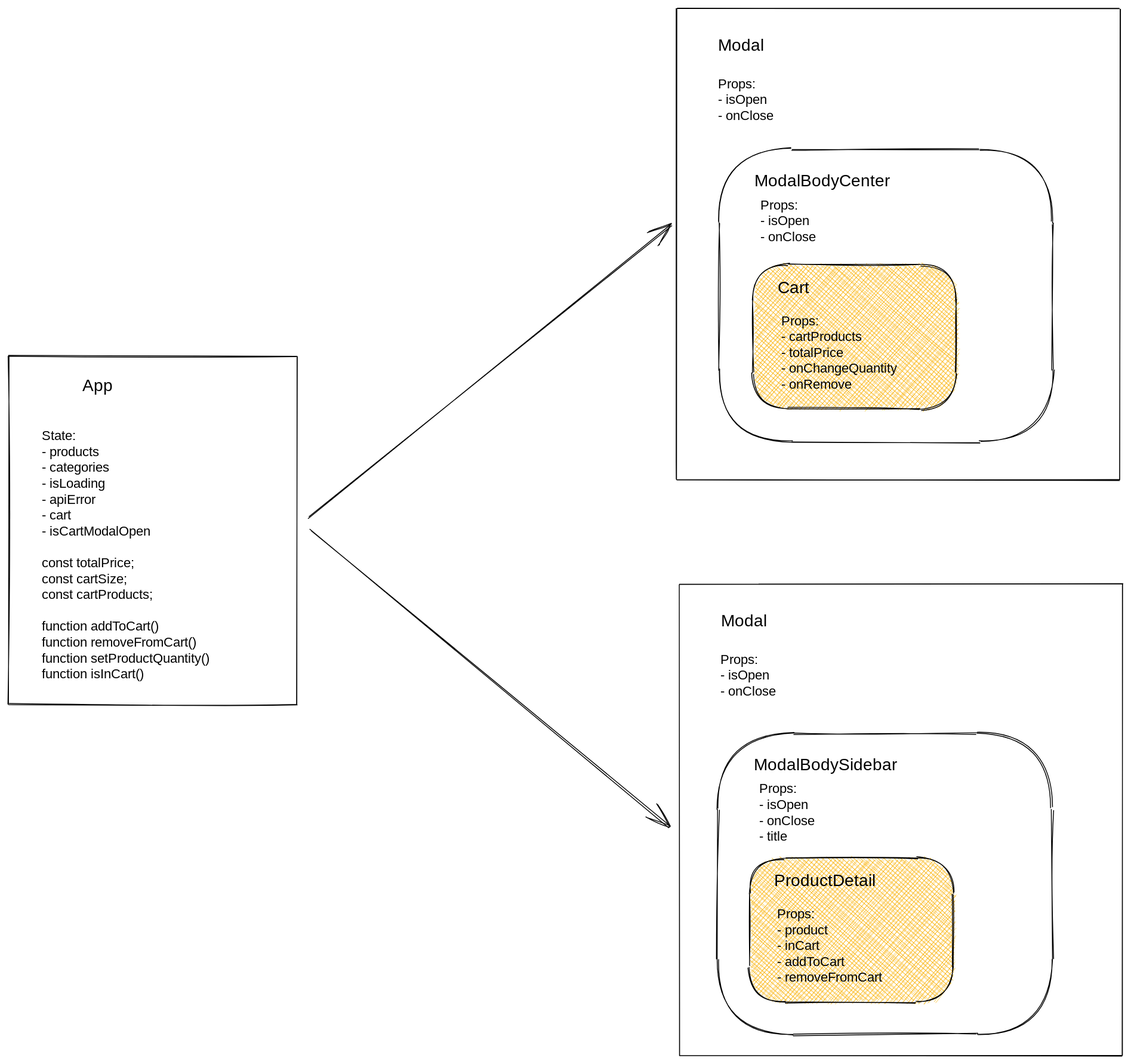
edgemony-coding-bootcamp/edgemony-shop keeps this Excalidraw diagram as exercises/images/15-specialized-body.svg. Above is the earlier version. Source tidied: one line per element, renumbered; positions are measured from the earlier drawing's top-left corner, leaving out a move shared by most shapes. The source it was exported from:
```json
{"id": 0, "type": "rectangle", "strokeColor": "#000000", "strokeWidth": 1, "roughness": 1, "x": 0, "y": 416, "width": 345, "height": 417}
{"id": 1, "type": "text", "text": "App", "strokeColor": "#000000", "strokeWidth": 1, "roughness": 1, "fontSize": 20, "fontFamily": 3, "x": 89, "y": 439, "width": 35, "height": 24}
{"id": 2, "type": "text", "text": "State: \n- products\n- categories\n- isLoading\n- apiError\n- cart\n- isCartModalOpen\n\nconst totalPrice;\nconst cartSize;\nconst cartProducts;\n\nfunction addToCart()\nfunction removeFromCart()\nfunction setProductQuantity()\nfunction isInCart()", "strokeColor": "#000000", "strokeWidth": 1, "roughness": 1, "fontSize": 16, "fontFamily": 3, "x": 40, "y": 502, "width": 272, "height": 304}
{"id": 3, "type": "rectangle", "strokeColor": "#000000", "strokeWidth": 1, "roughness": 1, "x": 800, "y": 0, "width": 531, "height": 564}
{"id": 4, "type": "text", "text": "Modal", "strokeColor": "#000000", "strokeWidth": 1, "roughness": 1, "fontSize": 20, "fontFamily": 3, "x": 850, "y": 31, "width": 59, "height": 24}
{"id": 5, "type": "text", "text": "Props:\n- isOpen\n- onClose", "strokeColor": "#000000", "backgroundColor": "#15aabf", "fillStyle": "hachure", "strokeWidth": 1, "strokeStyle": "dotted", "roughness": 1, "fontSize": 16, "fontFamily": 3, "x": 849, "y": 80, "width": 84, "height": 57}
{"id": 6, "type": "rectangle", "strokeColor": "#000000", "strokeWidth": 1, "roughness": 1, "x": 850, "y": 169, "width": 400, "height": 351}
{"id": 7, "type": "text", "text": "ModalBodyCenter", "strokeColor": "#000000", "strokeWidth": 1, "roughness": 1, "fontSize": 20, "fontFamily": 3, "x": 893, "y": 194, "width": 176, "height": 24}
{"id": 8, "type": "text", "text": "Props:\n- isOpen\n- onClose", "strokeColor": "#000000", "backgroundColor": "#15aabf", "fillStyle": "hachure", "strokeWidth": 1, "strokeStyle": "dotted", "roughness": 1, "fontSize": 16, "fontFamily": 3, "x": 900, "y": 225, "width": 84, "height": 57}
{"id": 9, "type": "rectangle", "strokeColor": "#000000", "backgroundColor": "#fab005", "fillStyle": "cross-hatch", "strokeWidth": 1, "roughness": 1, "x": 891, "y": 306, "width": 243, "height": 172}
{"id": 10, "type": "text", "text": "Cart", "strokeColor": "#000000", "backgroundColor": "#fab005", "fillStyle": "hachure", "strokeWidth": 1, "roughness": 1, "fontSize": 20, "fontFamily": 3, "x": 921, "y": 321, "width": 47, "height": 24}
{"id": 11, "type": "text", "text": "Props:\n- cartProducts\n- totalPrice\n- onChangeQuantity\n- onRemove", "strokeColor": "#000000", "backgroundColor": "#fab005", "fillStyle": "hachure", "strokeWidth": 1, "roughness": 1, "fontSize": 16, "fontFamily": 3, "x": 925, "y": 364, "width": 169, "height": 95}
{"id": 12, "type": "rectangle", "strokeColor": "#000000", "strokeWidth": 1, "roughness": 1, "x": 803, "y": 689, "width": 531, "height": 564}
{"id": 13, "type": "text", "text": "Modal", "strokeColor": "#000000", "strokeWidth": 1, "roughness": 1, "fontSize": 20, "fontFamily": 3, "x": 853, "y": 720, "width": 59, "height": 24}
{"id": 14, "type": "text", "text": "Props:\n- isOpen\n- onClose", "strokeColor": "#000000", "backgroundColor": "#15aabf", "fillStyle": "hachure", "strokeWidth": 1, "strokeStyle": "dotted", "roughness": 1, "fontSize": 16, "fontFamily": 3, "x": 853, "y": 769, "width": 84, "height": 57}
{"id": 15, "type": "rectangle", "strokeColor": "#000000", "backgroundColor": "#fab005", "fillStyle": "cross-hatch", "strokeWidth": 1, "roughness": 1, "x": 887, "y": 1017, "width": 243, "height": 172}
{"id": 16, "type": "text", "text": "ProductDetail", "strokeColor": "#000000", "backgroundColor": "#fab005", "fillStyle": "hachure", "strokeWidth": 1, "roughness": 1, "fontSize": 20, "fontFamily": 3, "x": 917, "y": 1031, "width": 152, "height": 24}
{"id": 17, "type": "text", "text": "Props:\n- product\n- inCart\n- addToCart\n- removeFromCart", "strokeColor": "#000000", "backgroundColor": "#fab005", "fillStyle": "hachure", "strokeWidth": 1, "roughness": 1, "fontSize": 16, "fontFamily": 3, "x": 920, "y": 1074, "width": 150, "height": 95}
{"id": 18, "type": "rectangle", "strokeColor": "#000000", "strokeWidth": 1, "roughness": 1, "x": 849, "y": 867, "width": 400, "height": 360}
{"id": 19, "type": "text", "text": "ModalBodySidebar", "strokeColor": "#000000", "strokeWidth": 1, "roughness": 1, "fontSize": 20, "fontFamily": 3, "x": 892, "y": 892, "width": 188, "height": 24}
{"id": 20, "type": "text", "text": "Props:\n- isOpen\n- onClose\n- title", "strokeColor": "#000000", "backgroundColor": "#15aabf", "fillStyle": "hachure", "strokeWidth": 1, "strokeStyle": "dotted", "roughness": 1, "fontSize": 16, "fontFamily": 3, "x": 899, "y": 924, "width": 84, "height": 76}
{"id": 21, "type": "arrow", "strokeColor": "#000000", "strokeWidth": 1, "roughness": 1, "endArrowhead": "arrow", "from": 0, "to": 3, "x": 359, "y": 609, "width": 435, "height": 350, "points": [[0, 0], [435, -350]]}
{"id": 22, "type": "arrow", "strokeColor": "#000000", "strokeWidth": 1, "roughness": 1, "endArrowhead": "arrow", "from": 0, "to": 12, "x": 361, "y": 624, "width": 431, "height": 356, "points": [[0, 0], [431, 356]]}
```
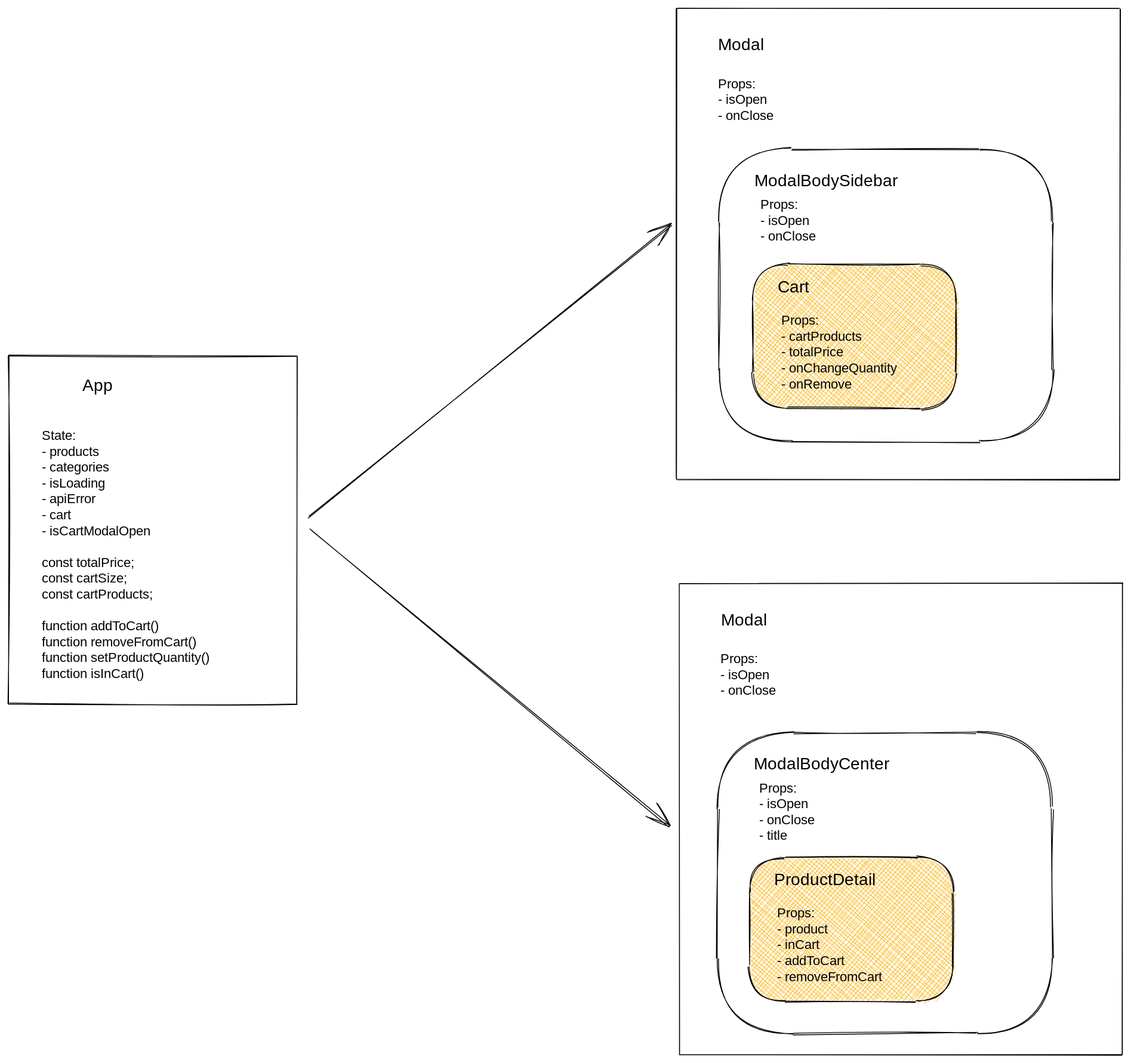
Later version of the same file.

What changed in the source:
```diff
@@ -5,19 +5,19 @@
 {"id": 4, "type": "text", "text": "Modal", "strokeColor": "#000000", "strokeWidth": 1, "roughness": 1, "fontSize": 20, "fontFamily": 3, "x": 850, "y": 31, "width": 59, "height": 24}
 {"id": 5, "type": "text", "text": "Props:\n- isOpen\n- onClose", "strokeColor": "#000000", "backgroundColor": "#15aabf", "fillStyle": "hachure", "strokeWidth": 1, "strokeStyle": "dotted", "roughness": 1, "fontSize": 16, "fontFamily": 3, "x": 849, "y": 80, "width": 84, "height": 57}
 {"id": 6, "type": "rectangle", "strokeColor": "#000000", "strokeWidth": 1, "roughness": 1, "x": 850, "y": 169, "width": 400, "height": 351}
-{"id": 7, "type": "text", "text": "ModalBodyCenter", "strokeColor": "#000000", "strokeWidth": 1, "roughness": 1, "fontSize": 20, "fontFamily": 3, "x": 893, "y": 194, "width": 176, "height": 24}
+{"id": 7, "type": "text", "text": "ModalBodySidebar", "strokeColor": "#000000", "strokeWidth": 1, "roughness": 1, "fontSize": 20, "fontFamily": 3, "x": 893, "y": 194, "width": 188, "height": 24}
 {"id": 8, "type": "text", "text": "Props:\n- isOpen\n- onClose", "strokeColor": "#000000", "backgroundColor": "#15aabf", "fillStyle": "hachure", "strokeWidth": 1, "strokeStyle": "dotted", "roughness": 1, "fontSize": 16, "fontFamily": 3, "x": 900, "y": 225, "width": 84, "height": 57}
 {"id": 9, "type": "rectangle", "strokeColor": "#000000", "backgroundColor": "#fab005", "fillStyle": "cross-hatch", "strokeWidth": 1, "roughness": 1, "x": 891, "y": 306, "width": 243, "height": 172}
 {"id": 10, "type": "text", "text": "Cart", "strokeColor": "#000000", "backgroundColor": "#fab005", "fillStyle": "hachure", "strokeWidth": 1, "roughness": 1, "fontSize": 20, "fontFamily": 3, "x": 921, "y": 321, "width": 47, "height": 24}
 {"id": 11, "type": "text", "text": "Props:\n- cartProducts\n- totalPrice\n- onChangeQuantity\n- onRemove", "strokeColor": "#000000", "backgroundColor": "#fab005", "fillStyle": "hachure", "strokeWidth": 1, "roughness": 1, "fontSize": 16, "fontFamily": 3, "x": 925, "y": 364, "width": 169, "height": 95}
-{"id": 12, "type": "rectangle", "strokeColor": "#000000", "strokeWidth": 1, "roughness": 1, "x": 803, "y": 689, "width": 531, "height": 564}
+{"id": 12, "type": "rectangle", "strokeColor": "#000000", "strokeWidth": 1, "roughness": 1, "x": 803, "y": 688, "width": 531, "height": 564}
 {"id": 13, "type": "text", "text": "Modal", "strokeColor": "#000000", "strokeWidth": 1, "roughness": 1, "fontSize": 20, "fontFamily": 3, "x": 853, "y": 720, "width": 59, "height": 24}
 {"id": 14, "type": "text", "text": "Props:\n- isOpen\n- onClose", "strokeColor": "#000000", "backgroundColor": "#15aabf", "fillStyle": "hachure", "strokeWidth": 1, "strokeStyle": "dotted", "roughness": 1, "fontSize": 16, "fontFamily": 3, "x": 853, "y": 769, "width": 84, "height": 57}
-{"id": 15, "type": "rectangle", "strokeColor": "#000000", "backgroundColor": "#fab005", "fillStyle": "cross-hatch", "strokeWidth": 1, "roughness": 1, "x": 887, "y": 1017, "width": 243, "height": 172}
+{"id": 15, "type": "rectangle", "strokeColor": "#000000", "backgroundColor": "#fab005", "fillStyle": "cross-hatch", "strokeWidth": 1, "roughness": 1, "x": 887, "y": 1016, "width": 243, "height": 172}
 {"id": 16, "type": "text", "text": "ProductDetail", "strokeColor": "#000000", "backgroundColor": "#fab005", "fillStyle": "hachure", "strokeWidth": 1, "roughness": 1, "fontSize": 20, "fontFamily": 3, "x": 917, "y": 1031, "width": 152, "height": 24}
-{"id": 17, "type": "text", "text": "Props:\n- product\n- inCart\n- addToCart\n- removeFromCart", "strokeColor": "#000000", "backgroundColor": "#fab005", "fillStyle": "hachure", "strokeWidth": 1, "roughness": 1, "fontSize": 16, "fontFamily": 3, "x": 920, "y": 1074, "width": 150, "height": 95}
+{"id": 17, "type": "text", "text": "Props:\n- product\n- inCart\n- addToCart\n- removeFromCart", "strokeColor": "#000000", "backgroundColor": "#fab005", "fillStyle": "hachure", "strokeWidth": 1, "roughness": 1, "fontSize": 16, "fontFamily": 3, "x": 920, "y": 1073, "width": 150, "height": 95}
 {"id": 18, "type": "rectangle", "strokeColor": "#000000", "strokeWidth": 1, "roughness": 1, "x": 849, "y": 867, "width": 400, "height": 360}
-{"id": 19, "type": "text", "text": "ModalBodySidebar", "strokeColor": "#000000", "strokeWidth": 1, "roughness": 1, "fontSize": 20, "fontFamily": 3, "x": 892, "y": 892, "width": 188, "height": 24}
+{"id": 19, "type": "text", "text": "ModalBodyCenter", "strokeColor": "#000000", "strokeWidth": 1, "roughness": 1, "fontSize": 20, "fontFamily": 3, "x": 892, "y": 892, "width": 176, "height": 24}
 {"id": 20, "type": "text", "text": "Props:\n- isOpen\n- onClose\n- title", "strokeColor": "#000000", "backgroundColor": "#15aabf", "fillStyle": "hachure", "strokeWidth": 1, "strokeStyle": "dotted", "roughness": 1, "fontSize": 16, "fontFamily": 3, "x": 899, "y": 924, "width": 84, "height": 76}
 {"id": 21, "type": "arrow", "strokeColor": "#000000", "strokeWidth": 1, "roughness": 1, "endArrowhead": "arrow", "from": 0, "to": 3, "x": 359, "y": 609, "width": 435, "height": 350, "points": [[0, 0], [435, -350]]}
 {"id": 22, "type": "arrow", "strokeColor": "#000000", "strokeWidth": 1, "roughness": 1, "endArrowhead": "arrow", "from": 0, "to": 12, "x": 361, "y": 624, "width": 431, "height": 356, "points": [[0, 0], [431, 356]]}
```
